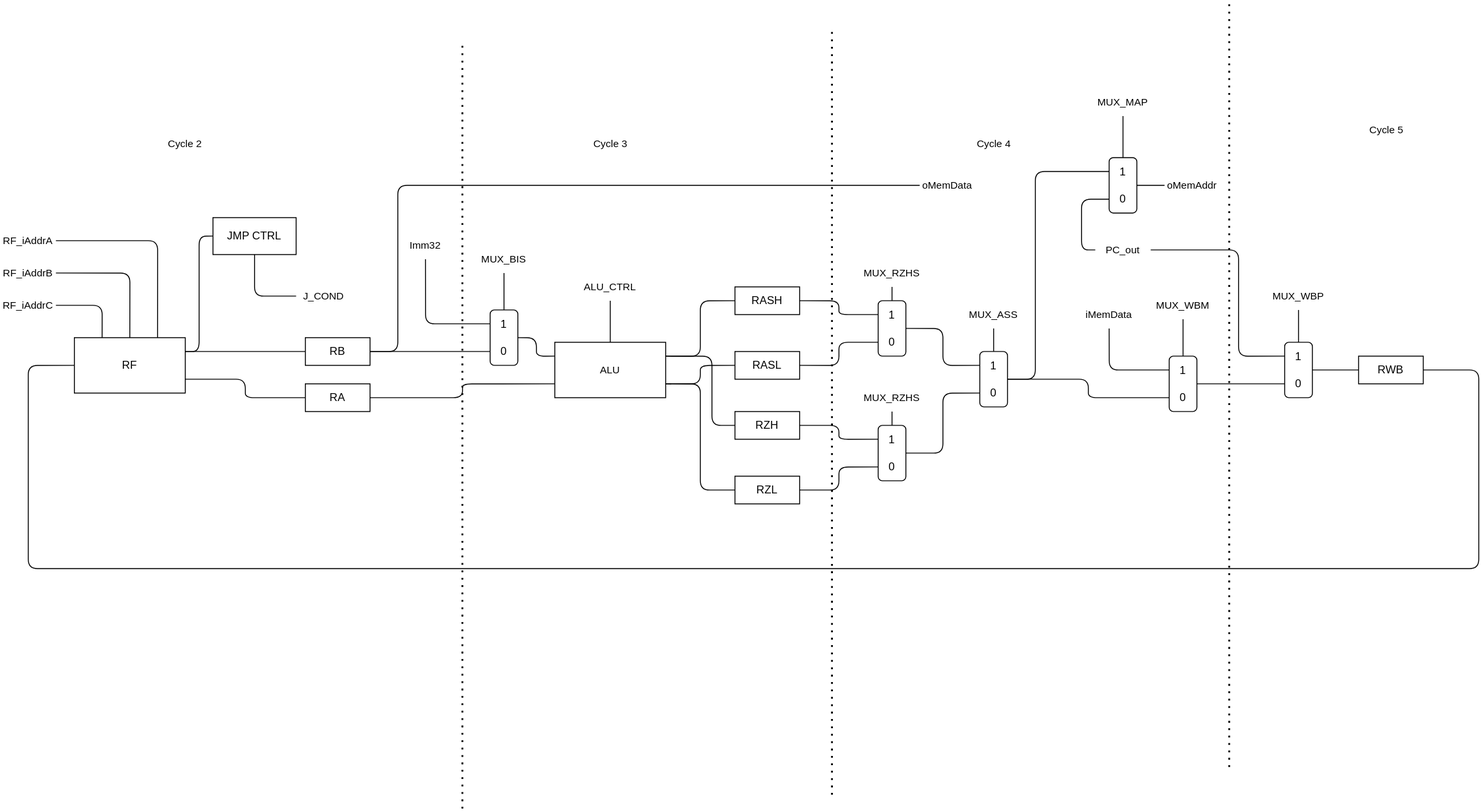
Jchisholm204/MiniSRC keeps this draw.io diagram as sh.drawio.svg. Above is the earlier version. Source tidied: cells renumbered, new cells last; positions are measured from the earlier drawing's top-left corner, leaving out a move shared by most shapes.
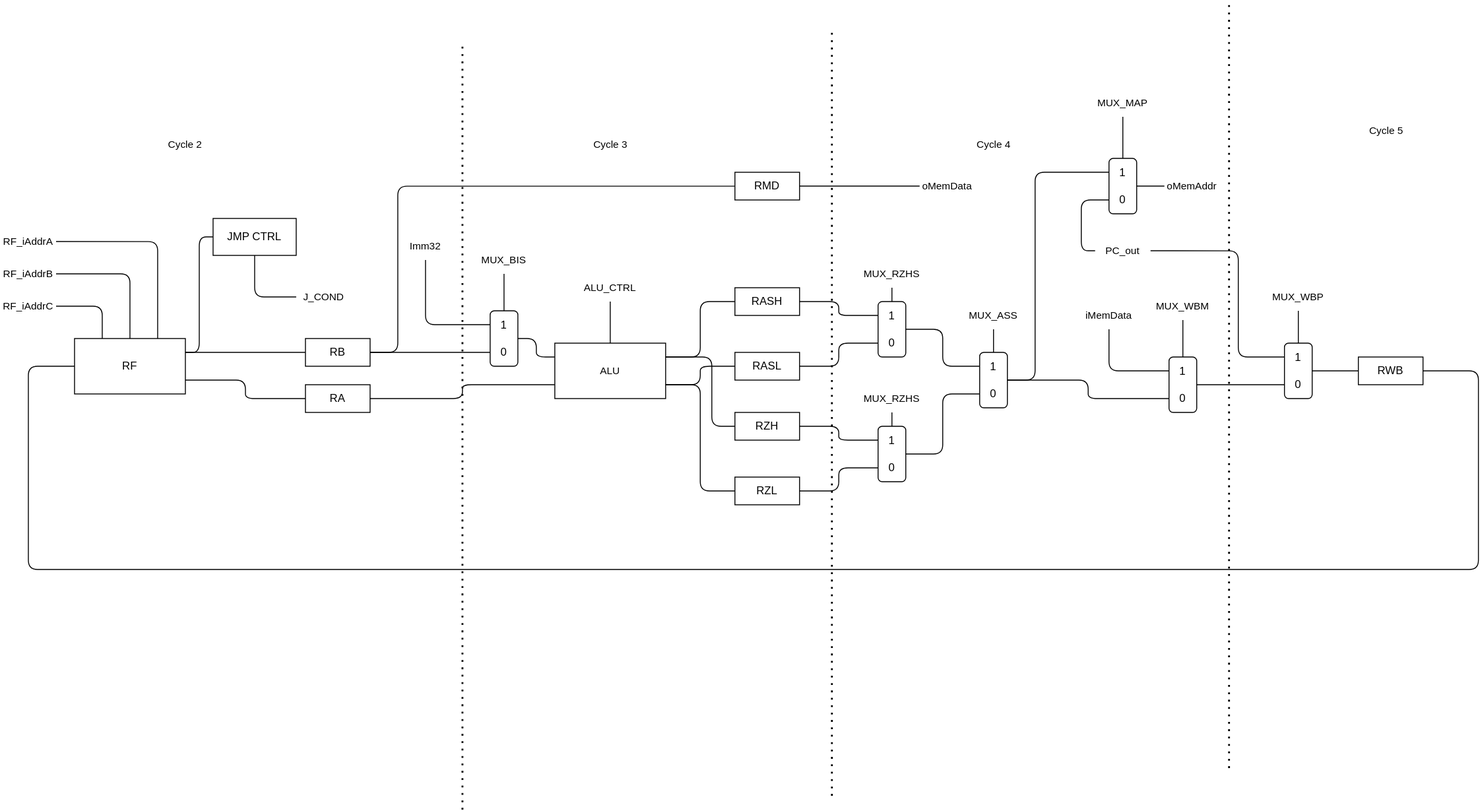
Above is the later version.

Change to the diagram source:
```diff
@@ -17,12 +17,13 @@
     <mxCell id="6" style="edgeStyle=orthogonalEdgeStyle;shape=connector;rounded=1;html=1;exitX=1;exitY=0.5;exitDx=0;exitDy=0;entryX=0;entryY=0.75;entryDx=0;entryDy=0;labelBackgroundColor=default;strokeColor=default;fontFamily=Helvetica;fontSize=11;fontColor=default;endArrow=none;endFill=0;" parent="1" edge="1" source="8" target="11">
       <mxGeometry relative="1" as="geometry" />
     </mxCell>
-    <mxCell id="7" style="edgeStyle=orthogonalEdgeStyle;shape=connector;rounded=1;html=1;entryX=0;entryY=0.5;entryDx=0;entryDy=0;labelBackgroundColor=default;strokeColor=default;fontFamily=Helvetica;fontSize=11;fontColor=default;endArrow=none;endFill=0;" parent="1" edge="1" target="60">
+    <mxCell id="7" style="edgeStyle=orthogonalEdgeStyle;shape=connector;rounded=1;html=1;labelBackgroundColor=default;strokeColor=default;fontFamily=Helvetica;fontSize=11;fontColor=default;endArrow=none;endFill=0;entryX=0;entryY=0.5;entryDx=0;entryDy=0;" parent="1" edge="1" target="83">
       <mxGeometry relative="1" as="geometry">
         <mxPoint x="400" y="380" as="sourcePoint" />
         <Array as="points">
           <mxPoint x="430" y="380" />
           <mxPoint x="430" y="200" />
+          <mxPoint x="795" y="200" />
         </Array>
       </mxGeometry>
     </mxCell>
@@ -289,5 +290,11 @@
     <mxCell id="81" value="J_COND" style="text;html=1;strokeColor=none;fillColor=none;align=center;verticalAlign=middle;whiteSpace=wrap;rounded=0;strokeWidth=0;fontFamily=Helvetica;fontSize=11;fontColor=default;" parent="1" vertex="1">
       <mxGeometry x="320" y="305" width="60" height="30" as="geometry" />
     </mxCell>
+    <mxCell id="82" style="edgeStyle=orthogonalEdgeStyle;shape=connector;rounded=1;html=1;exitX=1;exitY=0.5;exitDx=0;exitDy=0;entryX=0;entryY=0.5;entryDx=0;entryDy=0;labelBackgroundColor=default;strokeColor=default;fontFamily=Helvetica;fontSize=11;fontColor=default;endArrow=none;endFill=0;" parent="1" edge="1" source="83" target="60">
+      <mxGeometry relative="1" as="geometry" />
+    </mxCell>
+    <mxCell id="83" value="RMD" style="rounded=0;whiteSpace=wrap;html=1;" parent="1" vertex="1">
+      <mxGeometry x="795" y="185" width="70" height="30" as="geometry" />
+    </mxCell>
   </root>
 </mxGraphModel>
```
